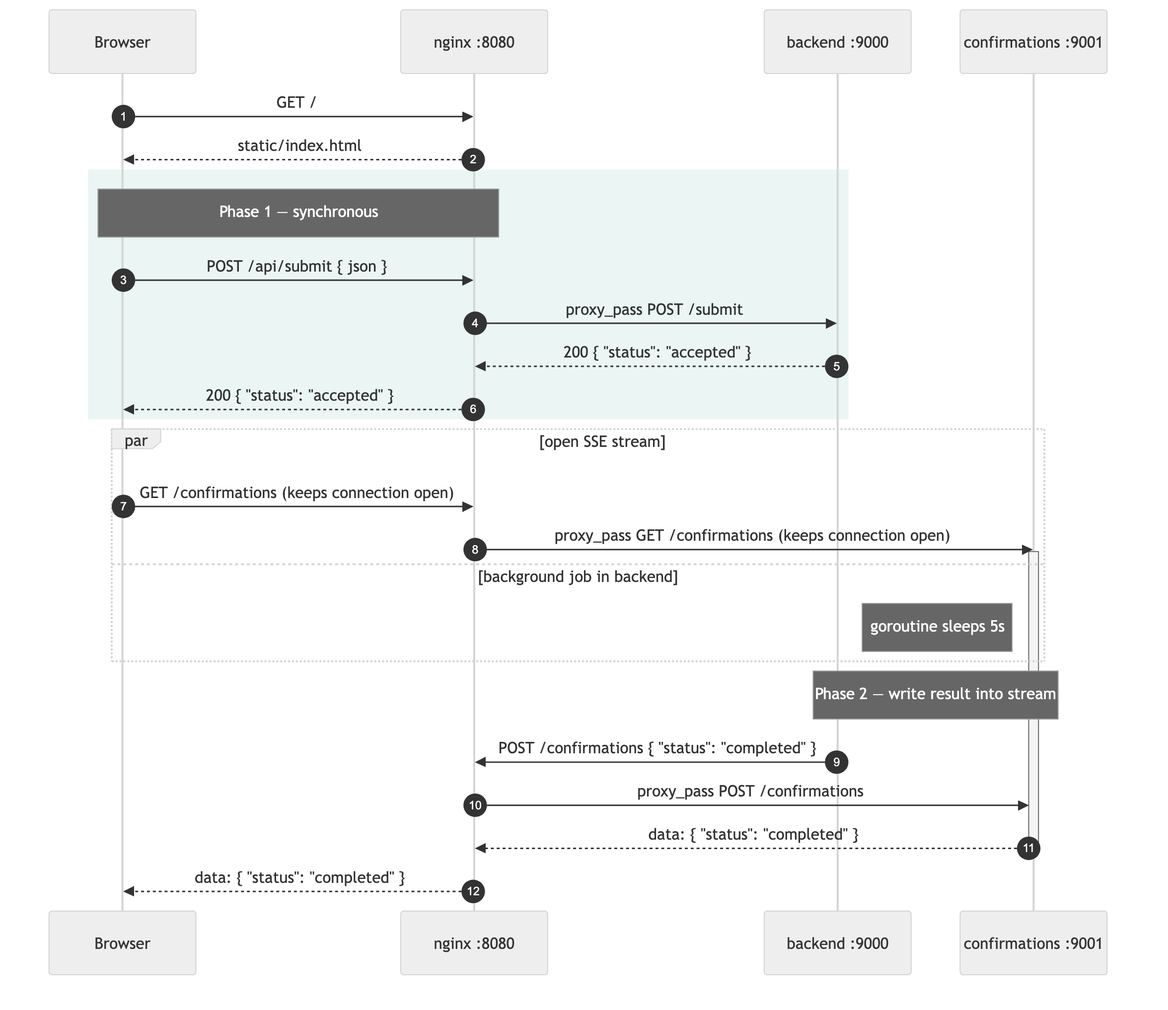
This is docs/sequence-diagram.png from rwirdemann/sse-ngnix, a Mermaid export, as it was before one commit. Its source is kept beside it as docs/sequence-diagram.mmd.
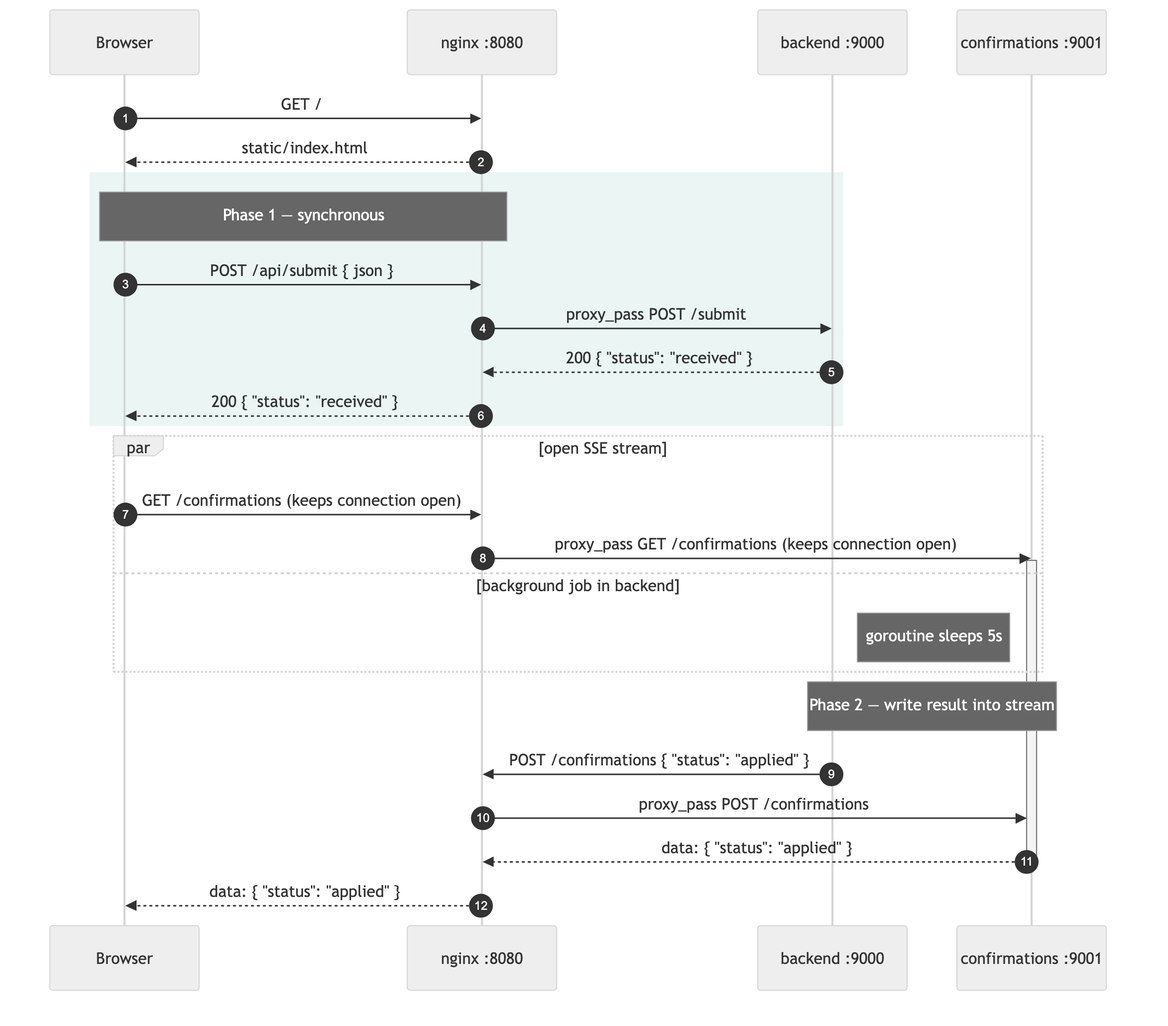
Above is the later version.

Commit message:
refactor: rename status values to received/applied

What changed in the source:
```diff
@@ -13,8 +13,8 @@
     Note over B,N: Phase 1 — synchronous
     B->>N: POST /api/submit  { json }
     N->>S: proxy_pass POST /submit
-    S-->>N: 200 { "status": "accepted" }
-    N-->>B: 200 { "status": "accepted" }
+    S-->>N: 200 { "status": "received" }
+    N-->>B: 200 { "status": "received" }
     end
 
     par open SSE stream
@@ -26,8 +26,8 @@
     end
 
     Note over S,C: Phase 2 — write result into stream
-    S->>N: POST /confirmations { "status": "completed" }
+    S->>N: POST /confirmations { "status": "applied" }
     N->>C: proxy_pass POST /confirmations
-    C-->>N: data: { "status": "completed" }
+    C-->>N: data: { "status": "applied" }
     deactivate C
-    N-->>B: data: { "status": "completed" }
+    N-->>B: data: { "status": "applied" }
```
